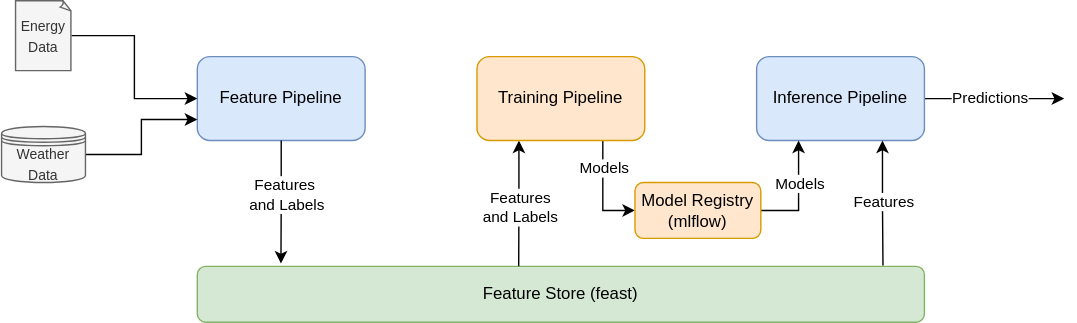
marcow03/gizstrom keeps this draw.io diagram as assets/fti.drawio.svg. Above is the earlier version. Source tidied: cells renumbered, new cells last; positions are measured from the earlier drawing's top-left corner, leaving out a move shared by most shapes.
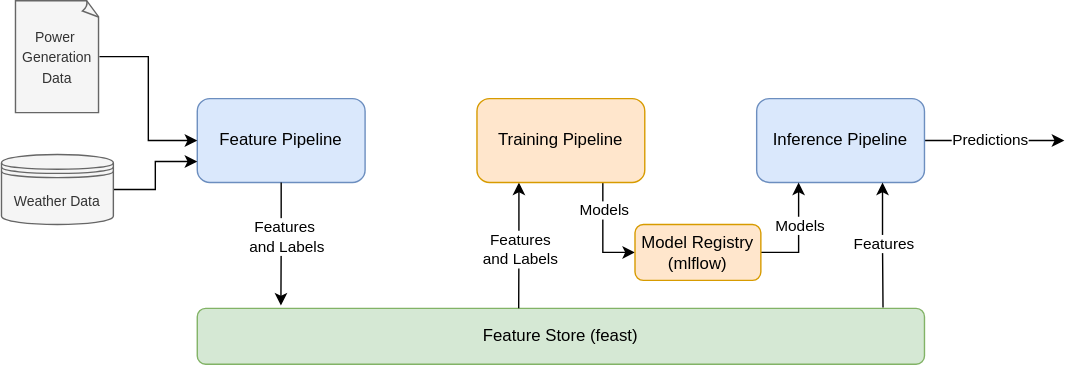
Above is the later version.

Change to the diagram source:
```diff
@@ -42,13 +42,13 @@
       <mxGeometry relative="1" as="geometry" />
     </mxCell>
     <mxCell id="13" value="&lt;font style=&quot;font-size: 10px;&quot;&gt;Weather Data&lt;/font&gt;" style="shape=datastore;whiteSpace=wrap;html=1;fillColor=#f5f5f5;strokeColor=#666666;fontColor=#333333;" parent="1" vertex="1">
-      <mxGeometry y="90" width="60" height="40" as="geometry" />
+      <mxGeometry y="80" width="80" height="50" as="geometry" />
     </mxCell>
     <mxCell id="14" style="edgeStyle=orthogonalEdgeStyle;rounded=0;jettySize=auto;html=1;entryX=0;entryY=0.5;entryDx=0;entryDy=0;" parent="1" edge="1" source="15" target="3">
       <mxGeometry relative="1" as="geometry" />
     </mxCell>
-    <mxCell id="15" value="&lt;font style=&quot;font-size: 10px;&quot;&gt;Energy Data&lt;/font&gt;" style="whiteSpace=wrap;html=1;shape=mxgraph.basic.document;fillColor=#f5f5f5;strokeColor=#666666;fontColor=#333333;" parent="1" vertex="1">
-      <mxGeometry x="10" width="40" height="50" as="geometry" />
+    <mxCell id="15" value="&lt;font style=&quot;font-size: 10px;&quot;&gt;Power&amp;nbsp;&lt;br&gt;Generation&lt;br&gt;Data&lt;/font&gt;" style="whiteSpace=wrap;html=1;shape=mxgraph.basic.document;fillColor=#f5f5f5;strokeColor=#666666;fontColor=#333333;" parent="1" vertex="1">
+      <mxGeometry x="10" y="-30" width="60" height="80" as="geometry" />
     </mxCell>
     <mxCell id="16" style="edgeStyle=orthogonalEdgeStyle;rounded=0;jettySize=auto;html=1;exitX=0.5;exitY=1;exitDx=0;exitDy=0;entryX=0.115;entryY=-0.05;entryDx=0;entryDy=0;entryPerimeter=0;" parent="1" edge="1" source="3" target="2">
       <mxGeometry relative="1" as="geometry" />
```
